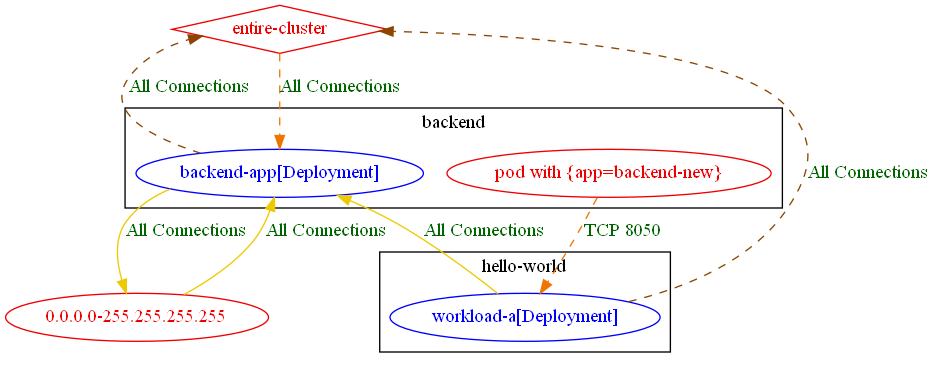
np-guard/netpol-analyzer keeps this Graphviz diagram as test_outputs/connlist/exposure_test_conn_to_new_pod_in_an_existing_ns_connlist_output.dot.png. Above is the earlier version. Its source is kept beside it as test_outputs/connlist/exposure_test_conn_to_new_pod_in_an_existing_ns_connlist_output.dot.
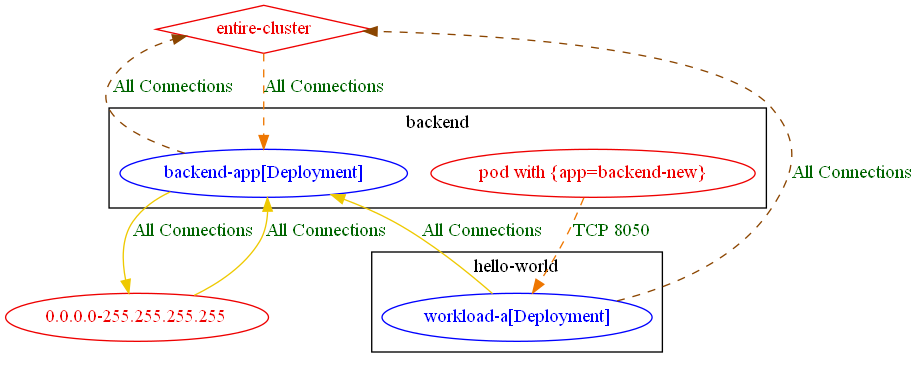
Later version of the same file.

The edit, as a diff of the source:
```diff
@@ -14,11 +14,11 @@
 	}
 	"0.0.0.0-255.255.255.255" [label="0.0.0.0-255.255.255.255" color="red2" fontcolor="red2"]
 	"entire-cluster" [label="entire-cluster" color="red2" fontcolor="red2" shape=diamond]
-	"0.0.0.0-255.255.255.255" -> "backend/backend-app[Deployment]" [label="All Connections" color="gold2" fontcolor="darkgreen"]
-	"backend/backend-app[Deployment]" -> "0.0.0.0-255.255.255.255" [label="All Connections" color="gold2" fontcolor="darkgreen"]
+	"0.0.0.0-255.255.255.255" -> "backend/backend-app[Deployment]" [label="All Connections" color="gold2" fontcolor="darkgreen" weight=0.5]
+	"backend/backend-app[Deployment]" -> "0.0.0.0-255.255.255.255" [label="All Connections" color="gold2" fontcolor="darkgreen" weight=1]
 	"backend/backend-app[Deployment]" -> "entire-cluster" [label="All Connections" color="darkorange4" fontcolor="darkgreen" weight=0.5 style=dashed]
 	"entire-cluster" -> "backend/backend-app[Deployment]" [label="All Connections" color="darkorange2" fontcolor="darkgreen" weight=1 style=dashed]
-	"hello-world/workload-a[Deployment]" -> "backend/backend-app[Deployment]" [label="All Connections" color="gold2" fontcolor="darkgreen"]
+	"hello-world/workload-a[Deployment]" -> "backend/backend-app[Deployment]" [label="All Connections" color="gold2" fontcolor="darkgreen" weight=1]
 	"hello-world/workload-a[Deployment]" -> "entire-cluster" [label="All Connections" color="darkorange4" fontcolor="darkgreen" weight=0.5 style=dashed]
 	"pod with {app=backend-new}_in_backend" -> "hello-world/workload-a[Deployment]" [label="TCP 8050" color="darkorange2" fontcolor="darkgreen" weight=1 style=dashed]
 }
```
